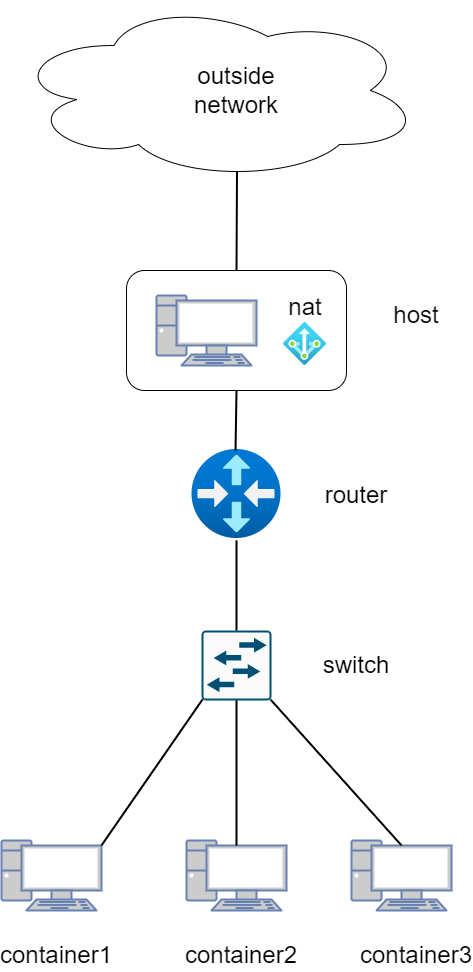
Earlier version of the draw.io export blog/network/docker-network/network.png (zgjsxx/static-img-repo). Source tidied: cells renumbered, new cells last; positions are measured from the earlier drawing's top-left corner, leaving out a move shared by most shapes.
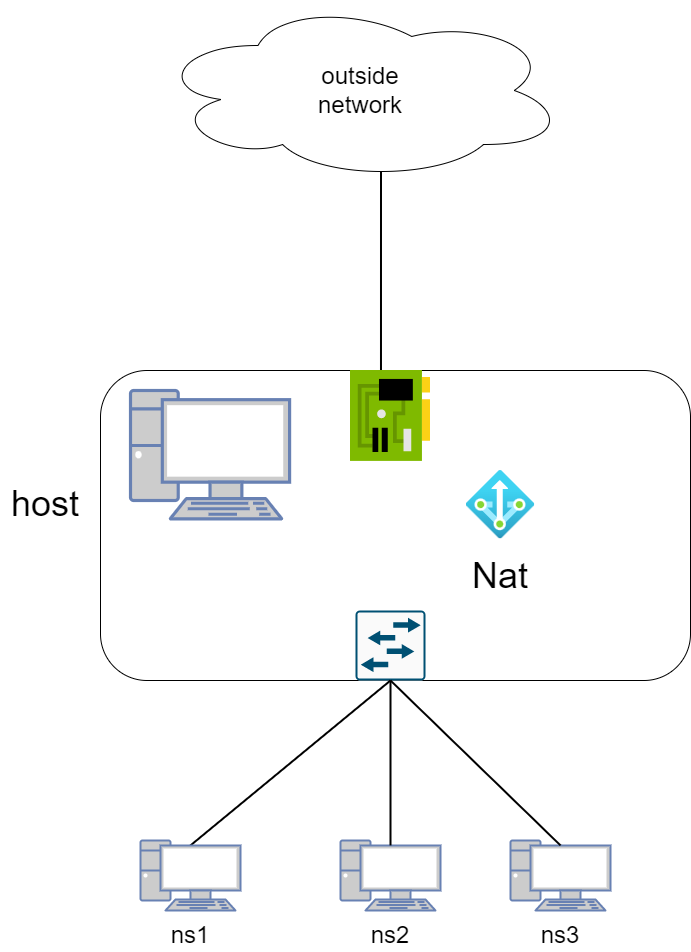
After the change.

Change to the diagram source:
```diff
@@ -2,97 +2,64 @@
   <root>
     <mxCell id="0" />
     <mxCell id="1" parent="0" />
-    <mxCell id="2" style="edgeStyle=none;rounded=0;jettySize=auto;html=1;exitX=0.015;exitY=0.985;exitDx=0;exitDy=0;exitPerimeter=0;entryX=1;entryY=0.07;entryDx=0;entryDy=0;entryPerimeter=0;endArrow=none;endFill=0;" parent="1" edge="1" source="4" target="5">
-      <mxGeometry relative="1" as="geometry" />
-    </mxCell>
-    <mxCell id="3" style="edgeStyle=none;rounded=0;jettySize=auto;html=1;exitX=0.5;exitY=0;exitDx=0;exitDy=0;exitPerimeter=0;endArrow=none;endFill=0;entryX=0.5;entryY=0.8;entryDx=0;entryDy=0;entryPerimeter=0;" parent="1" edge="1" source="4">
-      <mxGeometry relative="1" as="geometry">
-        <mxPoint x="235" y="540" as="targetPoint" />
-      </mxGeometry>
-    </mxCell>
+    <mxCell id="21" style="rounded=1;whiteSpace=wrap;html=1;fontSize=24;" parent="1" vertex="1">
+      <mxGeometry x="-60" y="370" width="590" height="310" as="geometry" />
+    </mxCell>
     <mxCell id="4" style="sketch=0;points=[[0.015,0.015,0],[0.985,0.015,0],[0.985,0.985,0],[0.015,0.985,0],[0.25,0,0],[0.5,0,0],[0.75,0,0],[1,0.25,0],[1,0.5,0],[1,0.75,0],[0.75,1,0],[0.5,1,0],[0.25,1,0],[0,0.75,0],[0,0.5,0],[0,0.25,0]];verticalLabelPosition=bottom;html=1;verticalAlign=top;align=center;shape=mxgraph.cisco19.rect;prIcon=l2_switch;fillColor=#FAFAFA;strokeColor=#005073;" parent="1" vertex="1">
-      <mxGeometry x="200" y="630" width="70" height="70" as="geometry" />
+      <mxGeometry x="195" y="610" width="70" height="70" as="geometry" />
     </mxCell>
+    <mxCell id="29" style="edgeStyle=none;rounded=0;jettySize=auto;html=1;exitX=0.5;exitY=0.07;exitDx=0;exitDy=0;exitPerimeter=0;entryX=0.5;entryY=1;entryDx=0;entryDy=0;entryPerimeter=0;strokeWidth=2;fontSize=24;startArrow=none;startFill=0;endArrow=none;endFill=0;" parent="1" edge="1" source="5" target="4">
+      <mxGeometry relative="1" as="geometry" />
+    </mxCell>
     <mxCell id="5" style="fontColor=#0066CC;verticalAlign=top;verticalLabelPosition=bottom;labelPosition=center;align=center;html=1;outlineConnect=0;fillColor=#CCCCCC;strokeColor=#6881B3;gradientColor=none;gradientDirection=north;strokeWidth=2;shape=mxgraph.networks.pc;" parent="1" vertex="1">
-      <mxGeometry y="840" width="100" height="70" as="geometry" />
+      <mxGeometry x="-20" y="840" width="100" height="70" as="geometry" />
     </mxCell>
     <mxCell id="6" style="fontColor=#0066CC;verticalAlign=top;verticalLabelPosition=bottom;labelPosition=center;align=center;html=1;outlineConnect=0;fillColor=#CCCCCC;strokeColor=#6881B3;gradientColor=none;gradientDirection=north;strokeWidth=2;shape=mxgraph.networks.pc;" parent="1" vertex="1">
-      <mxGeometry x="185" y="840" width="100" height="70" as="geometry" />
+      <mxGeometry x="180" y="840" width="100" height="70" as="geometry" />
     </mxCell>
     <mxCell id="7" style="fontColor=#0066CC;verticalAlign=top;verticalLabelPosition=bottom;labelPosition=center;align=center;html=1;outlineConnect=0;fillColor=#CCCCCC;strokeColor=#6881B3;gradientColor=none;gradientDirection=north;strokeWidth=2;shape=mxgraph.networks.pc;" parent="1" vertex="1">
       <mxGeometry x="350" y="840" width="100" height="70" as="geometry" />
     </mxCell>
-    <mxCell id="8" style="edgeStyle=none;rounded=0;jettySize=auto;html=1;exitX=0.5;exitY=1;exitDx=0;exitDy=0;exitPerimeter=0;entryX=0.5;entryY=0.07;entryDx=0;entryDy=0;entryPerimeter=0;endArrow=none;endFill=0;" parent="1" edge="1" source="4" target="6">
-      <mxGeometry relative="1" as="geometry" />
-    </mxCell>
-    <mxCell id="9" style="edgeStyle=none;rounded=0;jettySize=auto;html=1;exitX=0.985;exitY=0.985;exitDx=0;exitDy=0;exitPerimeter=0;entryX=0.5;entryY=0.07;entryDx=0;entryDy=0;entryPerimeter=0;endArrow=none;endFill=0;fontSize=13;strokeWidth=2;" parent="1" edge="1" source="4" target="7">
-      <mxGeometry relative="1" as="geometry" />
-    </mxCell>
-    <mxCell id="10" style="html=1;points=[];align=center;image;fontSize=12;image=img/lib/azure2/networking/Virtual_Router.svg;" parent="1" vertex="1">
-      <mxGeometry x="190.5" y="449" width="89" height="89" as="geometry" />
-    </mxCell>
-    <mxCell id="11" style="edgeStyle=none;rounded=0;orthogonalLoop=1;jettySize=auto;html=1;exitX=0.5;exitY=0;exitDx=0;exitDy=0;exitPerimeter=0;endArrow=none;endFill=0;entryX=0.5;entryY=0.8;entryDx=0;entryDy=0;entryPerimeter=0;fontSize=13;strokeWidth=2;" parent="1" edge="1">
-      <mxGeometry relative="1" as="geometry">
-        <mxPoint x="235" y="630" as="sourcePoint" />
-        <mxPoint x="235" y="540" as="targetPoint" />
-      </mxGeometry>
-    </mxCell>
-    <mxCell id="12" style="edgeStyle=none;rounded=0;orthogonalLoop=1;jettySize=auto;html=1;exitX=0.015;exitY=0.985;exitDx=0;exitDy=0;exitPerimeter=0;entryX=1;entryY=0.07;entryDx=0;entryDy=0;entryPerimeter=0;endArrow=none;endFill=0;fontSize=13;strokeWidth=2;" parent="1" edge="1">
-      <mxGeometry relative="1" as="geometry">
-        <mxPoint x="201.1" y="699" as="sourcePoint" />
-        <mxPoint x="100" y="844.9" as="targetPoint" />
-      </mxGeometry>
-    </mxCell>
-    <mxCell id="13" style="edgeStyle=none;rounded=0;orthogonalLoop=1;jettySize=auto;html=1;exitX=0.5;exitY=1;exitDx=0;exitDy=0;exitPerimeter=0;entryX=0.5;entryY=0.07;entryDx=0;entryDy=0;entryPerimeter=0;endArrow=none;endFill=0;fontSize=13;strokeWidth=2;" parent="1" edge="1">
-      <mxGeometry relative="1" as="geometry">
-        <mxPoint x="235" y="700" as="sourcePoint" />
-        <mxPoint x="235" y="844.9" as="targetPoint" />
-      </mxGeometry>
-    </mxCell>
-    <mxCell id="14" value="&lt;font style=&quot;font-size: 24px;&quot;&gt;host&lt;/font&gt;" style="text;strokeColor=none;align=center;fillColor=none;html=1;verticalAlign=middle;whiteSpace=wrap;rounded=0;fontSize=17;" parent="1" vertex="1">
-      <mxGeometry x="370" y="300" width="90" height="30" as="geometry" />
+    <mxCell id="14" value="&lt;font style=&quot;font-size: 36px;&quot;&gt;host&lt;/font&gt;" style="text;strokeColor=none;align=center;fillColor=none;html=1;verticalAlign=middle;whiteSpace=wrap;rounded=0;fontSize=17;" parent="1" vertex="1">
+      <mxGeometry x="-160" y="488.3" width="90" height="30" as="geometry" />
     </mxCell>
-    <mxCell id="15" value="&lt;font style=&quot;font-size: 24px;&quot;&gt;container1&lt;/font&gt;" style="text;strokeColor=none;align=center;fillColor=none;html=1;verticalAlign=middle;whiteSpace=wrap;rounded=0;fontSize=17;" parent="1" vertex="1">
-      <mxGeometry x="10" y="940" width="90" height="30" as="geometry" />
+    <mxCell id="15" value="&lt;font style=&quot;font-size: 24px;&quot;&gt;ns1&lt;/font&gt;" style="text;strokeColor=none;align=center;fillColor=none;html=1;verticalAlign=middle;whiteSpace=wrap;rounded=0;fontSize=17;" parent="1" vertex="1">
+      <mxGeometry x="-15" y="920" width="90" height="30" as="geometry" />
     </mxCell>
-    <mxCell id="16" value="&lt;font style=&quot;font-size: 24px;&quot;&gt;router&lt;/font&gt;" style="text;strokeColor=none;align=center;fillColor=none;html=1;verticalAlign=middle;whiteSpace=wrap;rounded=0;fontSize=17;" parent="1" vertex="1">
-      <mxGeometry x="310" y="480" width="90" height="30" as="geometry" />
-    </mxCell>
-    <mxCell id="17" value="&lt;font style=&quot;font-size: 24px;&quot;&gt;switch&lt;/font&gt;" style="text;strokeColor=none;align=center;fillColor=none;html=1;verticalAlign=middle;whiteSpace=wrap;rounded=0;fontSize=17;" parent="1" vertex="1">
-      <mxGeometry x="310" y="650" width="90" height="30" as="geometry" />
-    </mxCell>
-    <mxCell id="18" value="&lt;font style=&quot;font-size: 24px;&quot;&gt;container3&lt;/font&gt;" style="text;strokeColor=none;align=center;fillColor=none;html=1;verticalAlign=middle;whiteSpace=wrap;rounded=0;fontSize=17;" parent="1" vertex="1">
-      <mxGeometry x="370" y="940" width="90" height="30" as="geometry" />
+    <mxCell id="18" value="&lt;font style=&quot;font-size: 24px;&quot;&gt;ns3&lt;/font&gt;" style="text;strokeColor=none;align=center;fillColor=none;html=1;verticalAlign=middle;whiteSpace=wrap;rounded=0;fontSize=17;" parent="1" vertex="1">
+      <mxGeometry x="355" y="920" width="90" height="30" as="geometry" />
     </mxCell>
-    <mxCell id="19" value="&lt;font style=&quot;font-size: 24px;&quot;&gt;container2&lt;/font&gt;" style="text;strokeColor=none;align=center;fillColor=none;html=1;verticalAlign=middle;whiteSpace=wrap;rounded=0;fontSize=17;" parent="1" vertex="1">
-      <mxGeometry x="195" y="940" width="90" height="30" as="geometry" />
+    <mxCell id="19" value="&lt;font style=&quot;font-size: 24px;&quot;&gt;ns2&lt;/font&gt;" style="text;strokeColor=none;align=center;fillColor=none;html=1;verticalAlign=middle;whiteSpace=wrap;rounded=0;fontSize=17;" parent="1" vertex="1">
+      <mxGeometry x="185" y="920" width="90" height="30" as="geometry" />
     </mxCell>
-    <mxCell id="20" style="group;" parent="1" vertex="1">
-      <mxGeometry x="125" y="270" width="220" height="120" as="geometry" />
-    </mxCell>
-    <mxCell id="21" style="rounded=1;whiteSpace=wrap;html=1;fontSize=24;" parent="20" vertex="1">
-      <mxGeometry width="220" height="120" as="geometry" />
-    </mxCell>
-    <mxCell id="22" style="fontColor=#0066CC;verticalAlign=top;verticalLabelPosition=bottom;labelPosition=center;align=center;html=1;fillColor=#CCCCCC;strokeColor=#6881B3;gradientColor=none;gradientDirection=north;strokeWidth=2;shape=mxgraph.networks.pc;" parent="20" vertex="1">
-      <mxGeometry x="30" y="25" width="100" height="70" as="geometry" />
-    </mxCell>
-    <mxCell id="23" style="html=1;align=center;image;fontSize=12;image=img/lib/azure2/networking/NAT.svg;" parent="20" vertex="1">
-      <mxGeometry x="157" y="52" width="43" height="43" as="geometry" />
-    </mxCell>
-    <mxCell id="24" value="&lt;font style=&quot;font-size: 24px;&quot;&gt;nat&lt;/font&gt;" style="text;strokeColor=none;align=center;fillColor=none;html=1;verticalAlign=middle;whiteSpace=wrap;rounded=0;fontSize=17;" parent="20" vertex="1">
-      <mxGeometry x="148.5" y="22" width="60" height="30" as="geometry" />
-    </mxCell>
-    <mxCell id="25" style="edgeStyle=none;rounded=0;jettySize=auto;html=1;exitX=0.5;exitY=1;exitDx=0;exitDy=0;entryX=0.489;entryY=0.011;entryDx=0;entryDy=0;entryPerimeter=0;strokeWidth=2;fontSize=24;endArrow=none;endFill=0;" parent="1" edge="1" source="21" target="10">
-      <mxGeometry relative="1" as="geometry" />
-    </mxCell>
     <mxCell id="26" style="ellipse;shape=cloud;whiteSpace=wrap;html=1;fontSize=24;" parent="1" vertex="1">
-      <mxGeometry x="10" width="410" height="180" as="geometry" />
+      <mxGeometry x="-5" width="410" height="180" as="geometry" />
     </mxCell>
-    <mxCell id="27" style="edgeStyle=none;rounded=0;jettySize=auto;html=1;exitX=0.5;exitY=0;exitDx=0;exitDy=0;entryX=0.55;entryY=0.95;entryDx=0;entryDy=0;entryPerimeter=0;strokeWidth=2;fontSize=24;endArrow=none;endFill=0;" parent="1" edge="1" source="21" target="26">
+    <mxCell id="27" style="edgeStyle=none;rounded=0;jettySize=auto;html=1;exitX=0.381;exitY=0;exitDx=0;exitDy=0;entryX=0.55;entryY=0.95;entryDx=0;entryDy=0;entryPerimeter=0;strokeWidth=2;fontSize=24;endArrow=none;endFill=0;exitPerimeter=0;" parent="1" edge="1" source="32" target="26">
       <mxGeometry relative="1" as="geometry" />
     </mxCell>
     <mxCell id="28" value="&lt;font style=&quot;font-size: 24px;&quot;&gt;outside network&lt;br&gt;&lt;/font&gt;" style="text;strokeColor=none;align=center;fillColor=none;html=1;verticalAlign=middle;whiteSpace=wrap;rounded=0;fontSize=17;" parent="1" vertex="1">
-      <mxGeometry x="170" y="75" width="130" height="30" as="geometry" />
+      <mxGeometry x="135" y="75" width="130" height="30" as="geometry" />
     </mxCell>
+    <mxCell id="22" style="fontColor=#0066CC;verticalAlign=top;verticalLabelPosition=bottom;labelPosition=center;align=center;html=1;fillColor=#CCCCCC;strokeColor=#6881B3;gradientColor=none;gradientDirection=north;strokeWidth=2;shape=mxgraph.networks.pc;" parent="1" vertex="1">
+      <mxGeometry x="-30" y="390" width="159.1" height="128.3" as="geometry" />
+    </mxCell>
+    <mxCell id="23" style="html=1;align=center;image;fontSize=12;image=img/lib/azure2/networking/NAT.svg;" parent="1" vertex="1">
+      <mxGeometry x="305.8" y="470" width="68.4" height="68.4" as="geometry" />
+    </mxCell>
+    <mxCell id="30" style="edgeStyle=none;rounded=0;jettySize=auto;html=1;exitX=0.5;exitY=0.07;exitDx=0;exitDy=0;exitPerimeter=0;strokeWidth=2;fontSize=24;startArrow=none;startFill=0;endArrow=none;endFill=0;" parent="1" edge="1" source="6">
+      <mxGeometry relative="1" as="geometry">
+        <mxPoint x="230" y="680" as="targetPoint" />
+      </mxGeometry>
+    </mxCell>
+    <mxCell id="31" style="edgeStyle=none;rounded=0;jettySize=auto;html=1;exitX=0.5;exitY=0.07;exitDx=0;exitDy=0;exitPerimeter=0;strokeWidth=2;fontSize=24;startArrow=none;startFill=0;endArrow=none;endFill=0;entryX=0.5;entryY=1;entryDx=0;entryDy=0;entryPerimeter=0;" parent="1" edge="1" source="7" target="4">
+      <mxGeometry relative="1" as="geometry" />
+    </mxCell>
+    <mxCell id="32" style="sketch=0;html=1;points=[];align=center;image;fontSize=12;image=img/lib/mscae/NetworkInterfaceCard.svg;" parent="1" vertex="1">
+      <mxGeometry x="190" y="370" width="80" height="90.9" as="geometry" />
+    </mxCell>
+    <mxCell id="33" value="Nat" style="text;strokeColor=none;align=center;fillColor=none;html=1;verticalAlign=middle;whiteSpace=wrap;rounded=0;fontSize=36;" parent="1" vertex="1">
+      <mxGeometry x="310" y="560" width="60" height="30" as="geometry" />
+    </mxCell>
   </root>
 </mxGraphModel>
```
